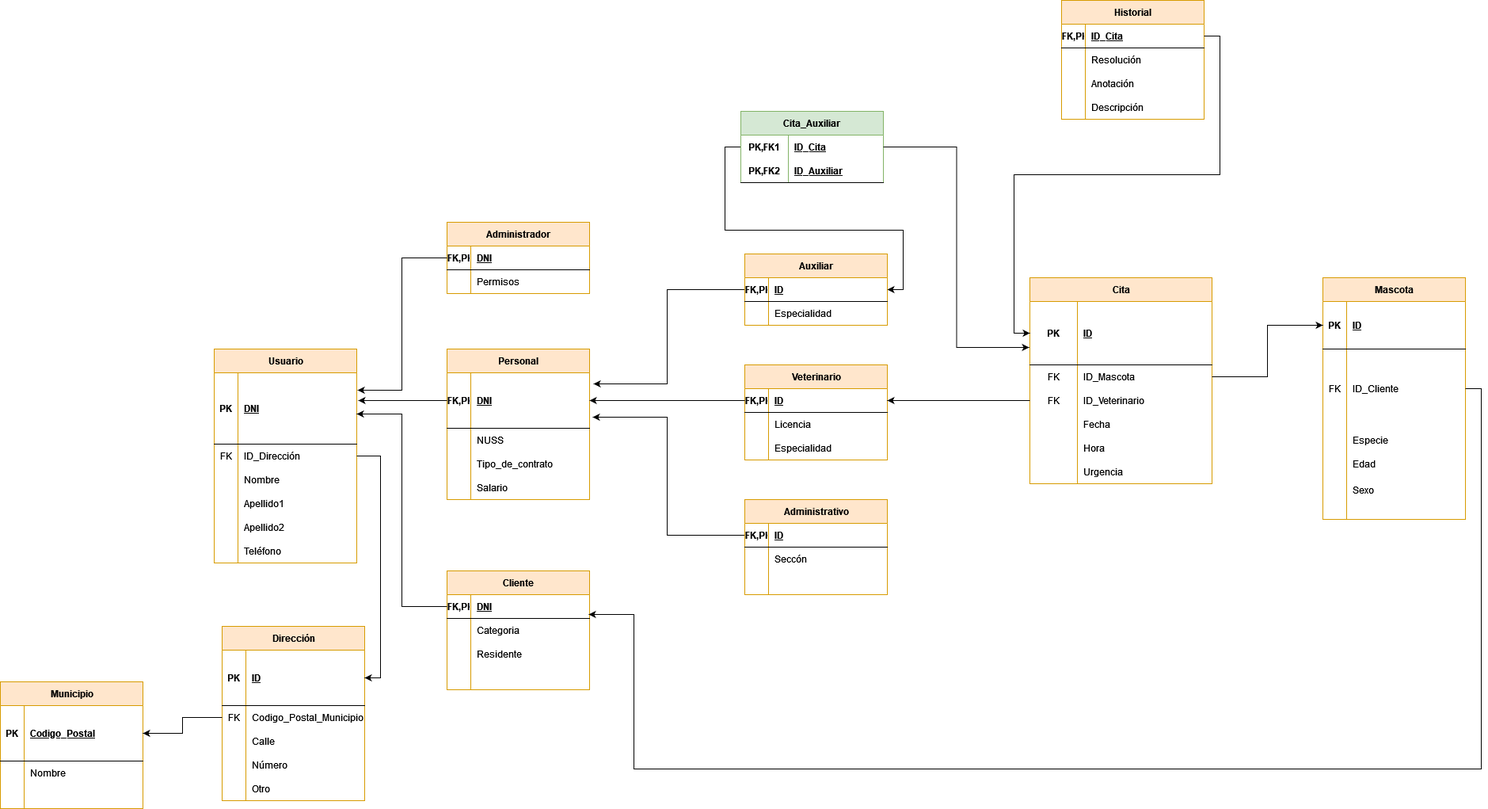
This is IMG/MR.png from jdabrante/PROYECTO_BAE, a draw.io export, as it was before one commit. Source tidied: cells renumbered, new cells last; positions are measured from the earlier drawing's top-left corner, leaving out a move shared by most shapes.
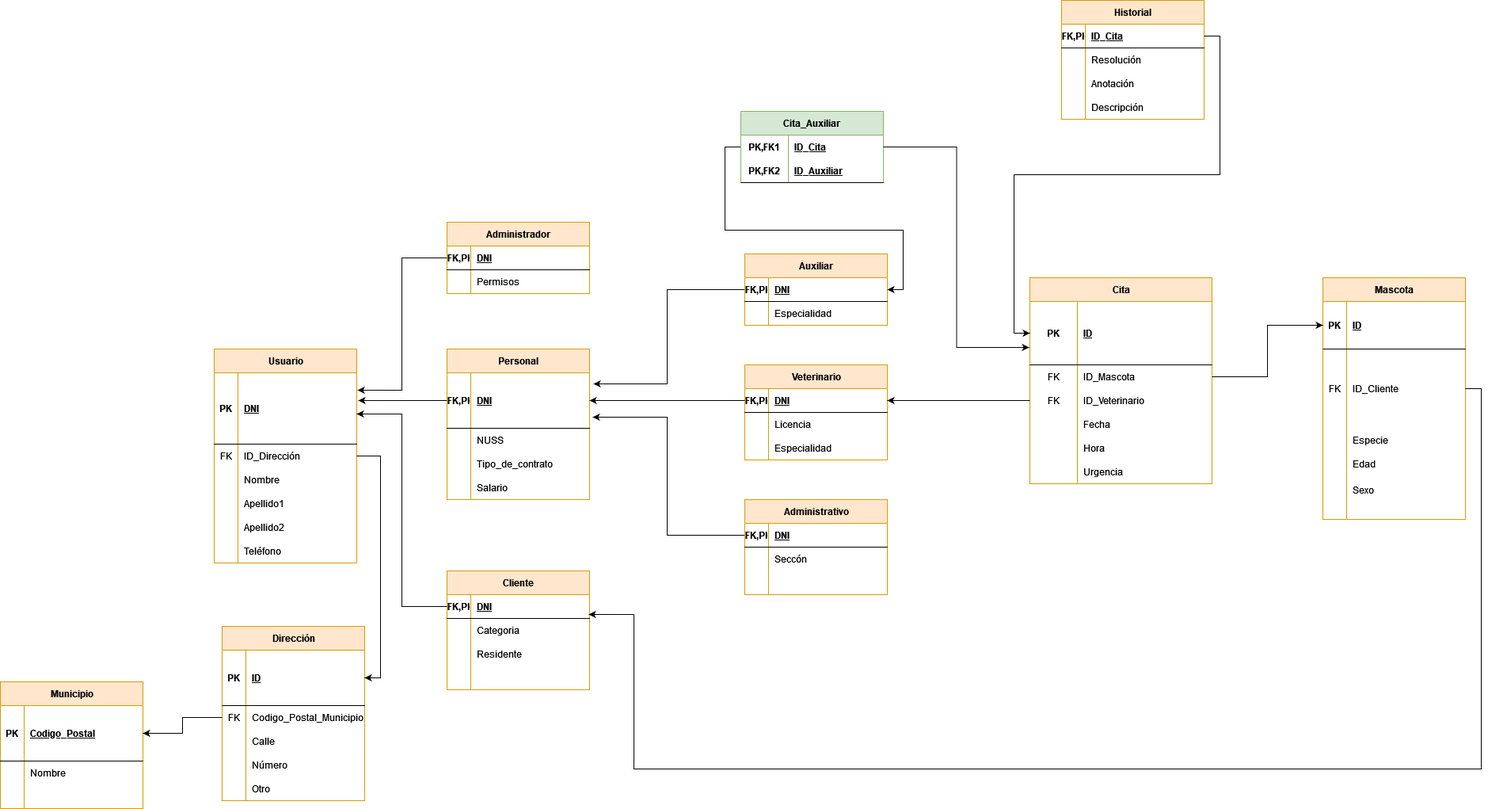
Above is the later version.

Diff of the diagram source:
```diff
@@ -269,7 +269,7 @@
     <mxCell id="88" value="FK,PK" style="shape=partialRectangle;fillColor=none;top=0;left=0;bottom=0;right=0;fontStyle=1;overflow=hidden;whiteSpace=wrap;html=1;" parent="87" vertex="1">
       <mxGeometry width="30" height="30" as="geometry" />
     </mxCell>
-    <mxCell id="89" value="ID" style="shape=partialRectangle;fillColor=none;top=0;left=0;bottom=0;right=0;align=left;spacingLeft=6;fontStyle=5;overflow=hidden;whiteSpace=wrap;html=1;" parent="87" vertex="1">
+    <mxCell id="89" value="DNI" style="shape=partialRectangle;fillColor=none;top=0;left=0;bottom=0;right=0;align=left;spacingLeft=6;fontStyle=5;overflow=hidden;whiteSpace=wrap;html=1;" parent="87" vertex="1">
       <mxGeometry x="30" width="150" height="30" as="geometry" />
     </mxCell>
     <mxCell id="90" style="shape=tableRow;horizontal=0;startSize=0;swimlaneHead=0;swimlaneBody=0;fillColor=none;top=0;left=0;right=0;bottom=0;" parent="86" vertex="1">
@@ -498,7 +498,7 @@
     <mxCell id="162" value="FK,PK" style="shape=partialRectangle;fillColor=none;top=0;left=0;bottom=0;right=0;fontStyle=1;overflow=hidden;whiteSpace=wrap;html=1;" parent="161" vertex="1">
       <mxGeometry width="30" height="30" as="geometry" />
     </mxCell>
-    <mxCell id="163" value="ID" style="shape=partialRectangle;fillColor=none;top=0;left=0;bottom=0;right=0;align=left;spacingLeft=6;fontStyle=5;overflow=hidden;whiteSpace=wrap;html=1;" parent="161" vertex="1">
+    <mxCell id="163" value="DNI" style="shape=partialRectangle;fillColor=none;top=0;left=0;bottom=0;right=0;align=left;spacingLeft=6;fontStyle=5;overflow=hidden;whiteSpace=wrap;html=1;" parent="161" vertex="1">
       <mxGeometry x="30" width="150" height="30" as="geometry" />
     </mxCell>
     <mxCell id="164" style="shape=tableRow;horizontal=0;startSize=0;swimlaneHead=0;swimlaneBody=0;fillColor=none;top=0;left=0;right=0;bottom=0;" parent="160" vertex="1">
@@ -528,7 +528,7 @@
     <mxCell id="172" value="FK,PK" style="shape=partialRectangle;fillColor=none;top=0;left=0;bottom=0;right=0;fontStyle=1;overflow=hidden;whiteSpace=wrap;html=1;" parent="171" vertex="1">
       <mxGeometry width="30" height="30" as="geometry" />
     </mxCell>
-    <mxCell id="173" value="ID" style="shape=partialRectangle;fillColor=none;top=0;left=0;bottom=0;right=0;align=left;spacingLeft=6;fontStyle=5;overflow=hidden;whiteSpace=wrap;html=1;" parent="171" vertex="1">
+    <mxCell id="173" value="DNI" style="shape=partialRectangle;fillColor=none;top=0;left=0;bottom=0;right=0;align=left;spacingLeft=6;fontStyle=5;overflow=hidden;whiteSpace=wrap;html=1;" parent="171" vertex="1">
       <mxGeometry x="30" width="150" height="30" as="geometry" />
     </mxCell>
     <mxCell id="174" style="shape=tableRow;horizontal=0;startSize=0;swimlaneHead=0;swimlaneBody=0;fillColor=none;top=0;left=0;right=0;bottom=0;" parent="170" vertex="1">
```
